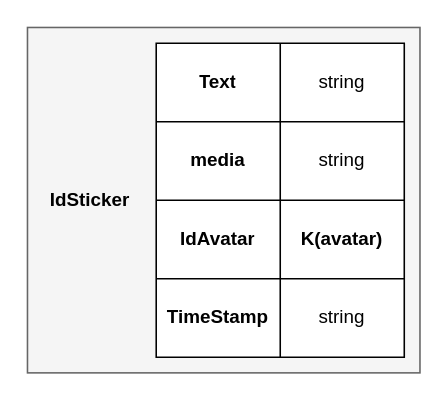
This is NoAM/collection-sticker.drawio from Antonet99/noSQL-Snapchat, a draw.io file, before an edit. Source tidied: cells renumbered, new cells numbered last; positions are measured from the earlier drawing's top-left corner, leaving out a move shared by most shapes. Both pictures are drawn from the tidied source at 157%, with x=0, y=0 at pixel (27, 27).
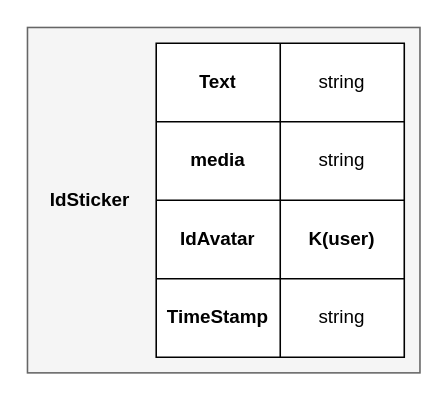
The same page after the edit.

What changed in the source:
```diff
@@
 <mxGraphModel>
   <root>
     <mxCell id="0" />
     <mxCell id="1" parent="0" />
     <mxCell id="2" style="rounded=0;whiteSpace=wrap;html=1;fillColor=#f5f5f5;fontColor=#333333;strokeColor=#666666;" parent="1" vertex="1">
       <mxGeometry width="250" height="220" as="geometry" />
     </mxCell>
     <mxCell id="3" value="&lt;b&gt;IdSticker&lt;/b&gt;" style="text;html=1;strokeColor=none;fillColor=none;align=center;verticalAlign=middle;whiteSpace=wrap;rounded=0;" parent="1" vertex="1">
       <mxGeometry x="10" y="95" width="60" height="30" as="geometry" />
     </mxCell>
     <mxCell id="4" style="shape=table;startSize=0;childLayout=tableLayout;" parent="1" vertex="1">
       <mxGeometry x="82" y="10" width="158" height="200" as="geometry" />
     </mxCell>
     <mxCell id="5" style="shape=tableRow;horizontal=0;startSize=0;swimlaneHead=0;swimlaneBody=0;strokeColor=inherit;top=0;left=0;bottom=0;right=0;fillColor=none;" parent="4" vertex="1">
       <mxGeometry width="158" height="50" as="geometry" />
     </mxCell>
     <mxCell id="6" value="&lt;b&gt;Text&lt;/b&gt;" style="shape=partialRectangle;html=1;whiteSpace=wrap;strokeColor=inherit;overflow=hidden;fillColor=none;top=0;left=0;bottom=0;right=0;" parent="5" vertex="1">
       <mxGeometry width="79" height="50" as="geometry" />
     </mxCell>
     <mxCell id="7" value="string" style="shape=partialRectangle;html=1;whiteSpace=wrap;strokeColor=inherit;overflow=hidden;fillColor=none;top=0;left=0;bottom=0;right=0;" parent="5" vertex="1">
       <mxGeometry x="79" width="79" height="50" as="geometry" />
     </mxCell>
     <mxCell id="8" style="shape=tableRow;horizontal=0;startSize=0;swimlaneHead=0;swimlaneBody=0;strokeColor=inherit;top=0;left=0;bottom=0;right=0;fillColor=none;" parent="4" vertex="1">
       <mxGeometry y="50" width="158" height="50" as="geometry" />
     </mxCell>
     <mxCell id="9" value="&lt;b&gt;media&lt;/b&gt;" style="shape=partialRectangle;html=1;whiteSpace=wrap;strokeColor=inherit;overflow=hidden;fillColor=none;top=0;left=0;bottom=0;right=0;" parent="8" vertex="1">
       <mxGeometry width="79" height="50" as="geometry" />
     </mxCell>
     <mxCell id="10" value="string" style="shape=partialRectangle;html=1;whiteSpace=wrap;strokeColor=inherit;overflow=hidden;fillColor=none;top=0;left=0;bottom=0;right=0;" parent="8" vertex="1">
       <mxGeometry x="79" width="79" height="50" as="geometry" />
     </mxCell>
     <mxCell id="11" style="shape=tableRow;horizontal=0;startSize=0;swimlaneHead=0;swimlaneBody=0;strokeColor=inherit;top=0;left=0;bottom=0;right=0;fillColor=none;" parent="4" vertex="1">
       <mxGeometry y="100" width="158" height="50" as="geometry" />
     </mxCell>
     <mxCell id="12" value="&lt;b&gt;IdAvatar&lt;/b&gt;" style="shape=partialRectangle;html=1;whiteSpace=wrap;strokeColor=inherit;overflow=hidden;fillColor=none;top=0;left=0;bottom=0;right=0;" parent="11" vertex="1">
       <mxGeometry width="79" height="50" as="geometry" />
     </mxCell>
-    <mxCell id="13" value="&lt;b&gt;K(avatar)&lt;/b&gt;" style="shape=partialRectangle;html=1;whiteSpace=wrap;strokeColor=inherit;overflow=hidden;fillColor=none;top=0;left=0;bottom=0;right=0;" parent="11" vertex="1">
+    <mxCell id="13" value="&lt;b&gt;K(user)&lt;/b&gt;" style="shape=partialRectangle;html=1;whiteSpace=wrap;strokeColor=inherit;overflow=hidden;fillColor=none;top=0;left=0;bottom=0;right=0;" parent="11" vertex="1">
       <mxGeometry x="79" width="79" height="50" as="geometry" />
     </mxCell>
     <mxCell id="14" style="shape=tableRow;horizontal=0;startSize=0;swimlaneHead=0;swimlaneBody=0;strokeColor=inherit;top=0;left=0;bottom=0;right=0;fillColor=none;" parent="4" vertex="1">
       <mxGeometry y="150" width="158" height="50" as="geometry" />
     </mxCell>
     <mxCell id="15" value="&lt;b&gt;TimeStamp&lt;/b&gt;" style="shape=partialRectangle;html=1;whiteSpace=wrap;strokeColor=inherit;overflow=hidden;fillColor=none;top=0;left=0;bottom=0;right=0;" parent="14" vertex="1">
       <mxGeometry width="79" height="50" as="geometry" />
     </mxCell>
     <mxCell id="16" value="string" style="shape=partialRectangle;html=1;whiteSpace=wrap;strokeColor=inherit;overflow=hidden;fillColor=none;top=0;left=0;bottom=0;right=0;" parent="14" vertex="1">
       <mxGeometry x="79" width="79" height="50" as="geometry" />
     </mxCell>
   </root>
 </mxGraphModel>
```
